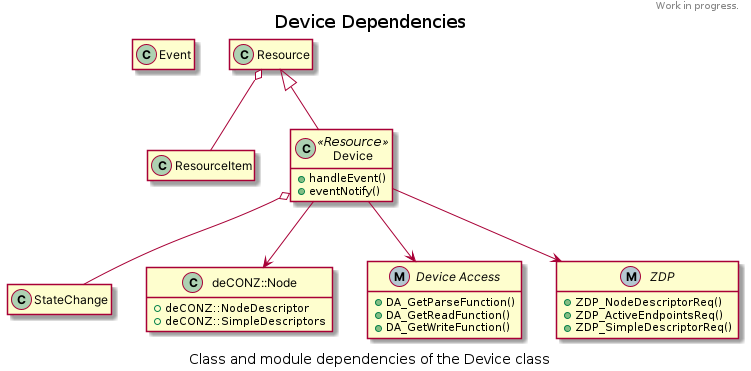
Above: arch/diagrams/device_dependencies.png in dresden-elektronik/deconz-rest-plugin-v2 (PlantUML), before the change.
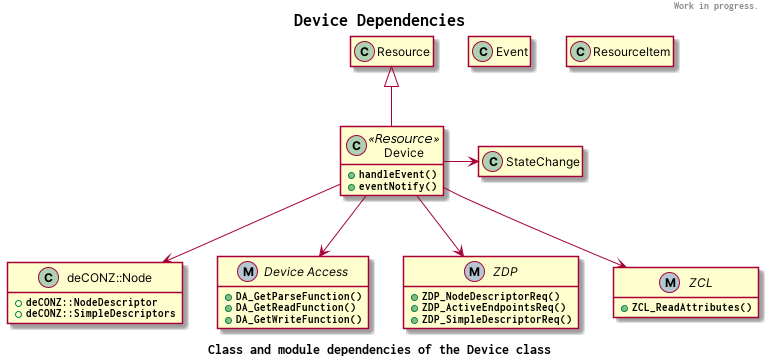
Above is the later version.

Commit message:
Update Device dependencies diagram

Change to the diagram source:
```diff
@@ -37,15 +37,17 @@
     +ZDP_SimpleDescriptorReq()
 }
 
-
+interface ZCL << (M,#b4c7d1) >> {
+    +ZCL_ReadAttributes()
+}
 
 Device --> deCONZ::Node
 Device --> DeviceAccess
 Device --> ZDP
-Device o-- StateChange
+Device --> ZCL
+Device -> StateChange
 
 Resource <|-- Device
-Resource o-- ResourceItem
 
 caption Class and module dependencies of the Device class
 
```
